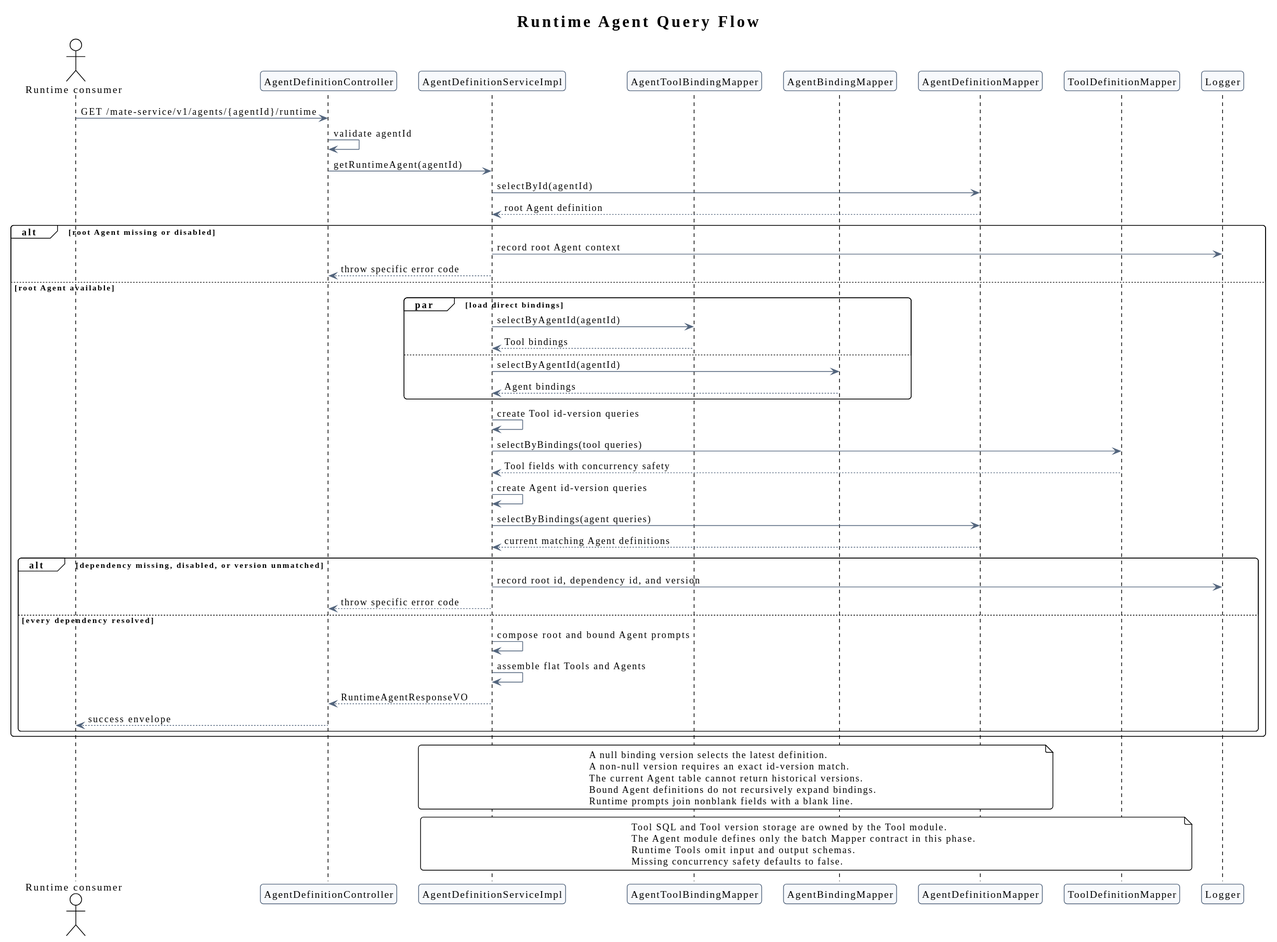
Above: agent-metadata-gaussdb-design/runtime_agent_query_flow.svg in ssm0808/pi-mono-java-design (PlantUML), before the change.
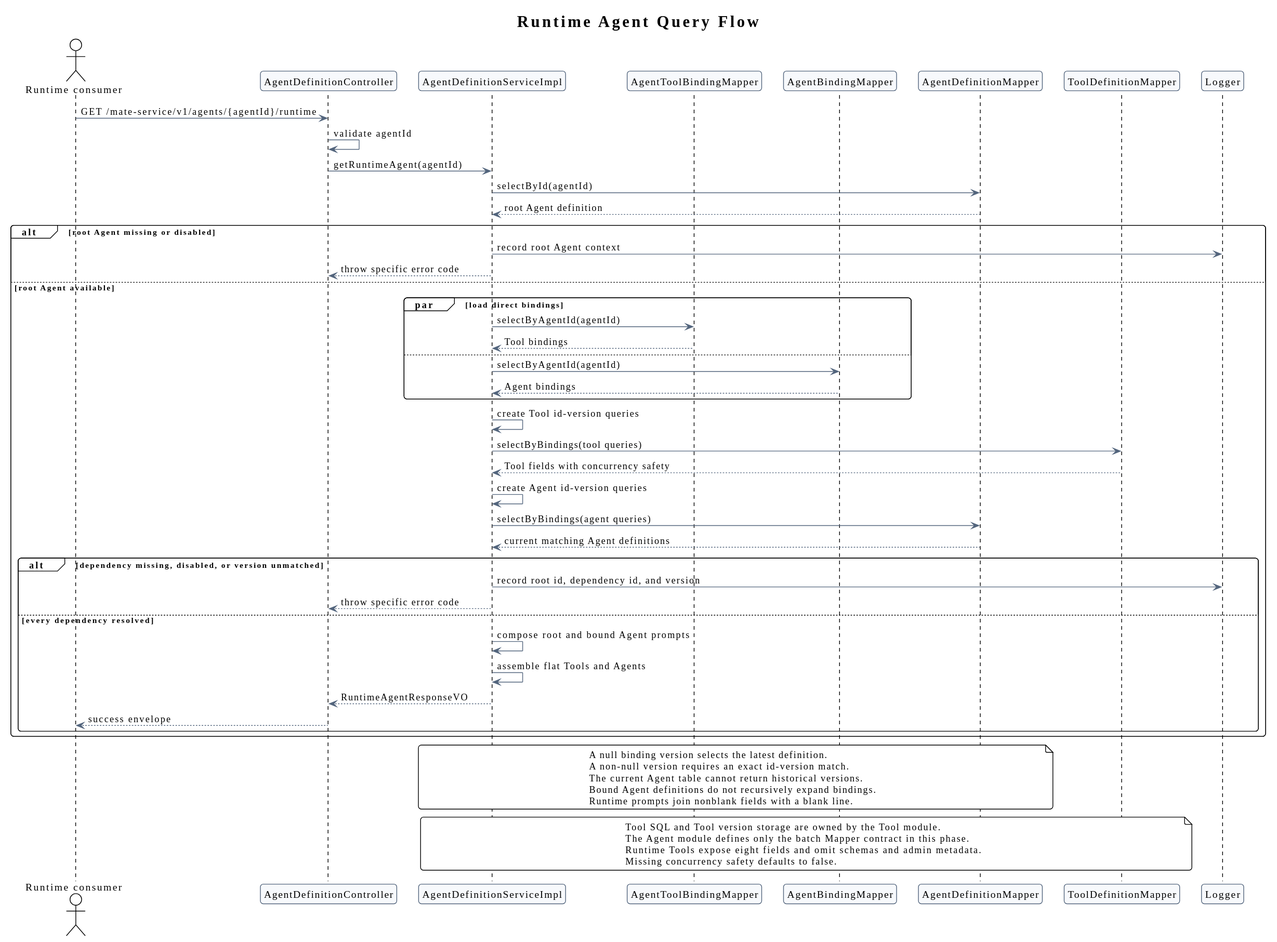
The same diagram one commit later.

Commit message:
docs(agent): trim runtime tool fields

What changed in the source:
```diff
@@ -67,7 +67,7 @@
 note over Service,ToolMapper
   Tool SQL and Tool version storage are owned by the Tool module.
   The Agent module defines only the batch Mapper contract in this phase.
-  Runtime Tools omit input and output schemas.
+  Runtime Tools expose eight fields and omit schemas and admin metadata.
   Missing concurrency safety defaults to false.
 end note
 @enduml
```
